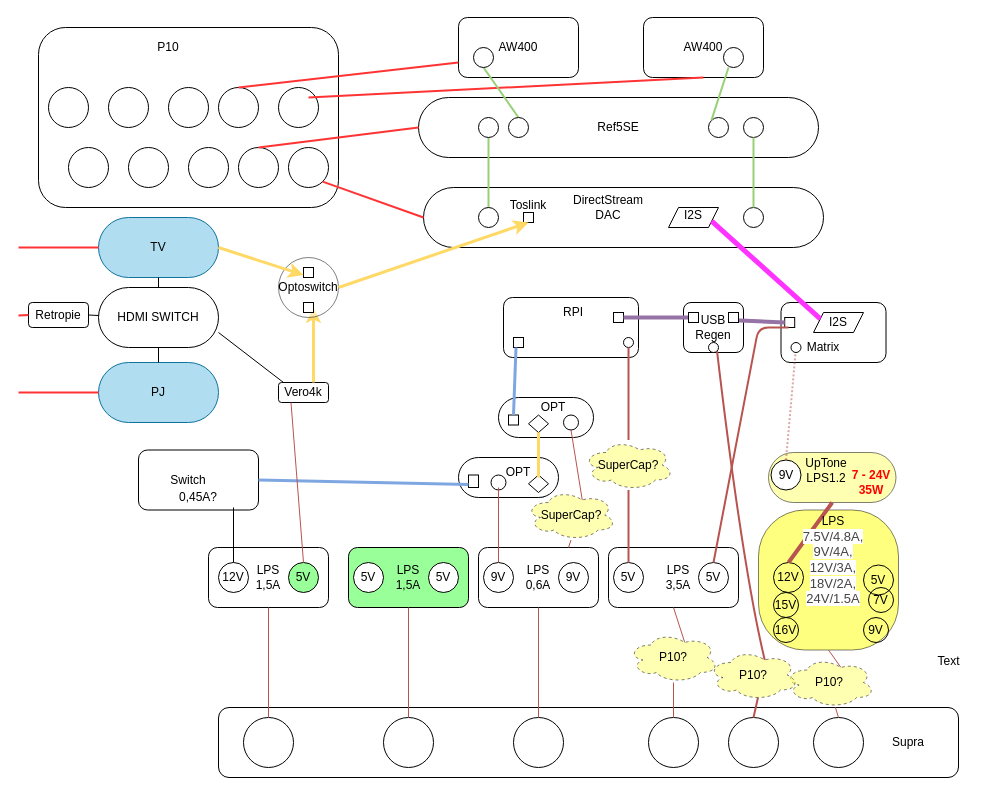
maniac0r/audio keeps this draw.io diagram as Audio2020.drawio. Above is the earlier version. Source tidied: cells renumbered, new cells numbered last; positions are measured from the earlier drawing's top-left corner, leaving out a move shared by most shapes. Both pictures are drawn from the tidied source at 100%, with x=0, y=0 at pixel (18, 17).
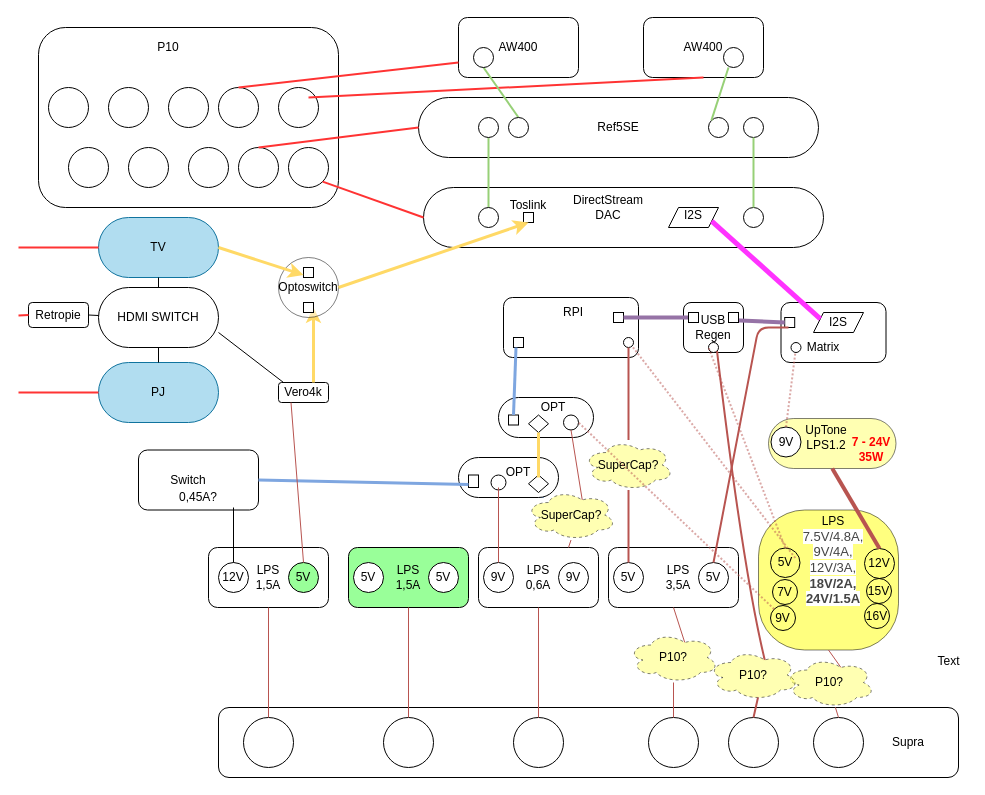
Above is the later version.

The change refers to these unchanged cells:
```xml
<mxCell id="52" value="OPT" style="text;html=1;strokeColor=none;fillColor=none;align=center;verticalAlign=middle;whiteSpace=wrap;rounded=0;" parent="1" vertex="1">
  <mxGeometry x="510" y="375" width="50" height="30" as="geometry" />
</mxCell>
<mxCell id="55" style="ellipse;whiteSpace=wrap;html=1;" parent="1" vertex="1">
  <mxGeometry x="605" y="320" width="10" height="10" as="geometry" />
</mxCell>
<mxCell id="128" style="ellipse;whiteSpace=wrap;html=1;" parent="1" vertex="1">
  <mxGeometry x="690" y="325" width="10" height="10" as="geometry" />
</mxCell>
```

Diff of the diagram source:
```diff
@@
     <mxCell id="9" value="7V" style="ellipse;whiteSpace=wrap;html=1;fillColor=none;" parent="1" vertex="1">
-      <mxGeometry x="850" y="570" width="25" height="25" as="geometry" />
+      <mxGeometry x="754" y="562" width="25" height="25" as="geometry" />
     </mxCell>
     <mxCell id="10" value="15V" style="ellipse;whiteSpace=wrap;html=1;fillColor=none;" parent="1" vertex="1">
-      <mxGeometry x="755" y="575" width="25" height="25" as="geometry" />
+      <mxGeometry x="848" y="561" width="25" height="25" as="geometry" />
     </mxCell>
@@
     <mxCell id="66" value="12V" style="ellipse;whiteSpace=wrap;html=1;fillColor=none;" parent="1" vertex="1">
-      <mxGeometry x="755" y="545" width="30" height="30" as="geometry" />
+      <mxGeometry x="846" y="531" width="30" height="30" as="geometry" />
     </mxCell>
     <mxCell id="67" style="rounded=1;whiteSpace=wrap;html=1;arcSize=50;fillColor=#FFFF66;opacity=50;" parent="1" vertex="1">
-      <mxGeometry x="750" y="435" width="127.5" height="50" as="geometry" />
+      <mxGeometry x="750" y="401" width="127.5" height="50" as="geometry" />
     </mxCell>
     <mxCell id="68" value="UpTone LPS1.2" style="text;html=1;strokeColor=none;fillColor=none;align=center;verticalAlign=middle;whiteSpace=wrap;rounded=0;rotation=0;" parent="1" vertex="1">
-      <mxGeometry x="787.5" y="440" width="40" height="25" as="geometry" />
+      <mxGeometry x="787.5" y="407" width="40" height="25" as="geometry" />
     </mxCell>
@@
     <mxCell id="70" value="9V" style="ellipse;whiteSpace=wrap;html=1;" parent="1" vertex="1">
-      <mxGeometry x="752.5" y="442.5" width="30" height="30" as="geometry" />
+      <mxGeometry x="752.5" y="409.5" width="30" height="30" as="geometry" />
     </mxCell>
-    <mxCell id="71" value="LPS&lt;br&gt;&lt;span style=&quot;color: rgb(68 , 68 , 68) ; font-family: &amp;#34;helvetica&amp;#34; , &amp;#34;arial&amp;#34; , sans-serif ; font-size: 13px ; text-align: left ; background-color: rgb(255 , 255 , 255)&quot;&gt;7.5V/4.8A, 9V/4A, 12V/3A, 18V/2A, 24V/1.5A&lt;/span&gt;" style="text;html=1;strokeColor=none;fillColor=none;align=center;verticalAlign=middle;whiteSpace=wrap;rounded=0;" parent="1" vertex="1">
+    <mxCell id="71" value="LPS&lt;br&gt;&lt;span style=&quot;color: rgb(68 , 68 , 68) ; font-family: &amp;#34;helvetica&amp;#34; , &amp;#34;arial&amp;#34; , sans-serif ; font-size: 13px ; text-align: left ; background-color: rgb(255 , 255 , 255)&quot;&gt;7.5V/4.8A, 9V/4A, 12V/3A, &lt;b&gt;18V/2A, 24V/1.5A&lt;/b&gt;&lt;/span&gt;" style="text;html=1;strokeColor=none;fillColor=none;align=center;verticalAlign=middle;whiteSpace=wrap;rounded=0;" parent="1" vertex="1">
       <mxGeometry x="795" y="535" width="40" height="15" as="geometry" />
     </mxCell>
     <mxCell id="72" value="16V" style="ellipse;whiteSpace=wrap;html=1;fillColor=none;" parent="1" vertex="1">
-      <mxGeometry x="755" y="600" width="25" height="25" as="geometry" />
+      <mxGeometry x="846" y="586" width="25" height="25" as="geometry" />
     </mxCell>
     <mxCell id="73" value="5V" style="ellipse;whiteSpace=wrap;html=1;fillColor=none;" parent="1" vertex="1">
-      <mxGeometry x="845" y="547.5" width="30" height="30" as="geometry" />
+      <mxGeometry x="752" y="530.5" width="29.5" height="29.5" as="geometry" />
     </mxCell>
     <mxCell id="74" value="9V" style="ellipse;whiteSpace=wrap;html=1;fillColor=none;" parent="1" vertex="1">
-      <mxGeometry x="845" y="600" width="25" height="25" as="geometry" />
+      <mxGeometry x="752" y="588" width="25" height="25" as="geometry" />
     </mxCell>
@@
     <mxCell id="82" value="&lt;font color=&quot;#ff0000&quot;&gt;7 - 24V&lt;br&gt;35W&lt;/font&gt;" style="text;html=1;strokeColor=none;fillColor=none;align=center;verticalAlign=middle;whiteSpace=wrap;rounded=0;fontStyle=1;" parent="1" vertex="1">
-      <mxGeometry x="827.5" y="450" width="50" height="30" as="geometry" />
+      <mxGeometry x="827.5" y="417" width="50" height="30" as="geometry" />
     </mxCell>
@@
+    <mxCell id="155" style="endArrow=none;html=1;fillColor=#f8cecc;strokeColor=#B85450;exitX=0.5;exitY=0;exitDx=0;exitDy=0;strokeWidth=2;dashed=1;dashPattern=1 1;opacity=50;entryX=0;entryY=0.5;entryDx=0;entryDy=0;" parent="1" edge="1" source="73" target="128">
+      <mxGeometry relative="1" as="geometry" />
+    </mxCell>
+    <mxCell id="156" style="endArrow=none;html=1;fillColor=#f8cecc;strokeColor=#B85450;exitX=0.5;exitY=0;exitDx=0;exitDy=0;strokeWidth=2;dashed=1;dashPattern=1 1;opacity=50;entryX=1;entryY=1;entryDx=0;entryDy=0;" parent="1" edge="1" target="55">
+      <mxGeometry relative="1" as="geometry">
+        <mxPoint x="776.8" y="540.5" as="sourcePoint" />
+      </mxGeometry>
+    </mxCell>
+    <mxCell id="157" style="endArrow=none;html=1;fillColor=#f8cecc;strokeColor=#B85450;exitX=0;exitY=0;exitDx=0;exitDy=0;strokeWidth=2;dashed=1;dashPattern=1 1;opacity=50;entryX=1;entryY=1;entryDx=0;entryDy=0;" parent="1" edge="1" source="74" target="52">
+      <mxGeometry relative="1" as="geometry" />
+    </mxCell>
```
